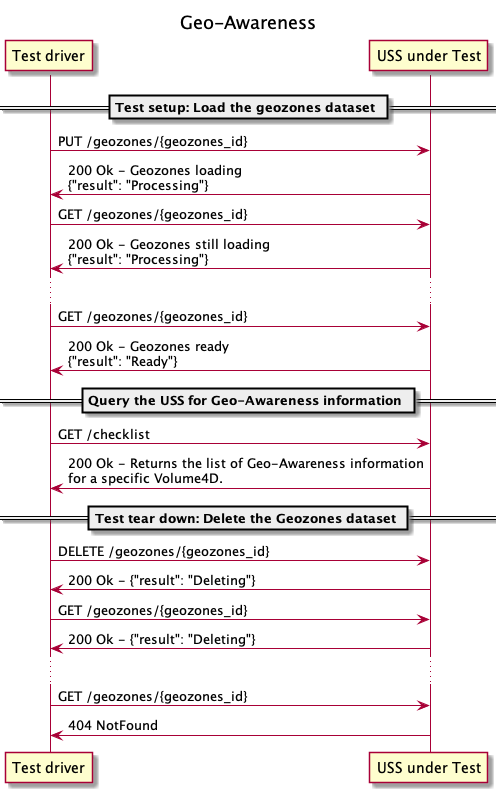
The PlantUML diagram interfaces/automated-testing/geo-awareness/design/ed-269/sequence.png in interuss/dss, before a commit.
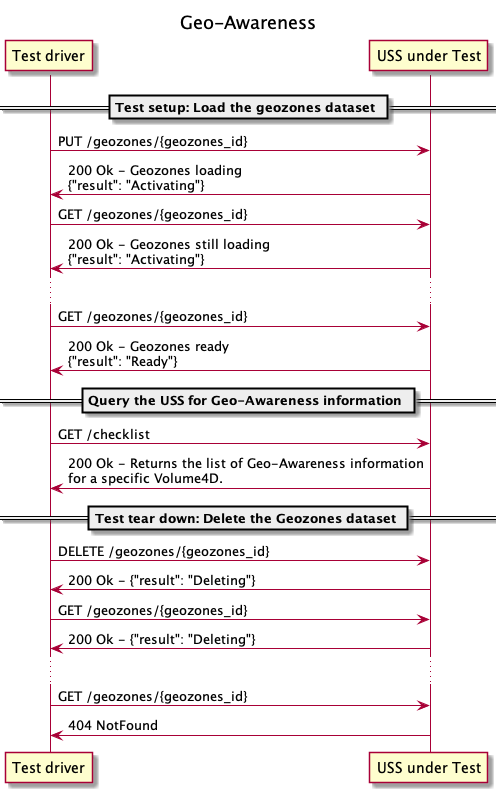
Above is the later version.

What changed in the source:
```diff
@@ -6,10 +6,10 @@
 
 == Test setup: Load the geozones dataset ==
 TD -> U: PUT /geozones/{geozones_id}
-TD <- U: 200 Ok - Geozones loading\n{"result": "Processing"}
+TD <- U: 200 Ok - Geozones loading\n{"result": "Activating"}
 
 TD -> U: GET /geozones/{geozones_id}
-TD <- U: 200 Ok - Geozones still loading\n{"result": "Processing"}
+TD <- U: 200 Ok - Geozones still loading\n{"result": "Activating"}
 
 ...
 
```
